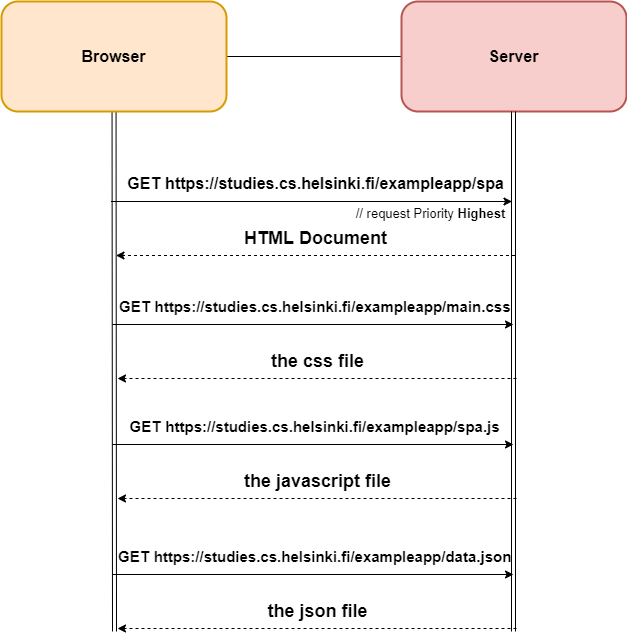
Earlier version of the draw.io export Part0/0.5.drawio.png (AHenrikes/Full-Stack). Source tidied: cells renumbered, new cells last; positions are measured from the earlier drawing's top-left corner, leaving out a move shared by most shapes. The source it was exported from:
```xml
<mxGraphModel>
  <root>
    <mxCell id="0" />
    <mxCell id="1" parent="0" />
    <mxCell id="2" style="edgeStyle=none;html=1;fontSize=16;fontColor=#FFFFFF;" parent="1" edge="1" source="4">
      <mxGeometry relative="1" as="geometry">
        <mxPoint x="411" y="55" as="targetPoint" />
      </mxGeometry>
    </mxCell>
    <mxCell id="3" style="edgeStyle=none;html=1;fontSize=16;fontColor=#FFFFFF;shape=link;" parent="1" edge="1" source="4">
      <mxGeometry relative="1" as="geometry">
        <mxPoint x="113" y="630" as="targetPoint" />
      </mxGeometry>
    </mxCell>
    <mxCell id="4" value="Browser" style="rounded=1;whiteSpace=wrap;html=1;fontSize=16;strokeColor=#d79b00;fillColor=#ffe6cc;fontStyle=1;strokeWidth=2;labelBackgroundColor=none;" parent="1" vertex="1">
      <mxGeometry width="225" height="110" as="geometry" />
    </mxCell>
    <mxCell id="5" value="Server" style="rounded=1;whiteSpace=wrap;html=1;fontSize=16;strokeColor=#b85450;fillColor=#f8cecc;fontStyle=1;strokeWidth=2;" parent="1" vertex="1">
      <mxGeometry x="400" width="225" height="110" as="geometry" />
    </mxCell>
    <mxCell id="6" style="edgeStyle=none;html=1;fontSize=16;fontColor=#FFFFFF;shape=link;" parent="1" edge="1">
      <mxGeometry relative="1" as="geometry">
        <mxPoint x="512" y="110" as="sourcePoint" />
        <mxPoint x="512" y="630" as="targetPoint" />
      </mxGeometry>
    </mxCell>
    <mxCell id="7" style="edgeStyle=none;html=1;fontSize=16;fontColor=#FFFFFF;" parent="1" edge="1">
      <mxGeometry relative="1" as="geometry">
        <mxPoint x="109.5" y="200" as="sourcePoint" />
        <mxPoint x="510.5" y="200" as="targetPoint" />
      </mxGeometry>
    </mxCell>
    <mxCell id="8" value="&lt;table cellpadding=&quot;0&quot; cellspacing=&quot;0&quot; aria-activedescendant=&quot;/GET&quot; aria-label=&quot;&quot; tabindex=&quot;0&quot; role=&quot;tree&quot; class=&quot;treeTable&quot; style=&quot;font-size: 16px;&quot;&gt;&lt;tbody tabindex=&quot;-1&quot; role=&quot;presentation&quot; style=&quot;font-size: 16px;&quot;&gt;&lt;tr class=&quot;treeRow objectRow hasChildren&quot; aria-expanded=&quot;false&quot; aria-selected=&quot;false&quot; aria-level=&quot;1&quot; role=&quot;treeitem&quot; id=&quot;/GET&quot; style=&quot;font-size: 16px;&quot;&gt;&lt;td role=&quot;presentation&quot; style=&quot;--tree-label-cell-indent: 0px; font-size: 16px;&quot; class=&quot;treeLabelCell&quot;&gt;GET&amp;nbsp;&lt;/td&gt;&lt;td role=&quot;presentation&quot; class=&quot;treeValueCell objectCell&quot; style=&quot;font-size: 16px;&quot;&gt;https://studies.cs.helsinki.fi/exampleapp/spa&lt;/td&gt;&lt;/tr&gt;&lt;/tbody&gt;&lt;/table&gt;" style="text;html=1;align=center;verticalAlign=middle;strokeColor=none;fillColor=none;fontSize=16;fontColor=#000000;fontStyle=1;" parent="1" vertex="1">
      <mxGeometry x="114" y="167" width="400" height="30" as="geometry" />
    </mxCell>
    <mxCell id="9" style="edgeStyle=none;html=1;fontSize=16;fontColor=#FFFFFF;dashed=1;" parent="1" edge="1">
      <mxGeometry relative="1" as="geometry">
        <mxPoint x="513.5" y="254" as="sourcePoint" />
        <mxPoint x="114.5" y="254" as="targetPoint" />
      </mxGeometry>
    </mxCell>
    <mxCell id="10" value="HTML Document" style="text;html=1;align=center;verticalAlign=middle;strokeColor=none;fillColor=none;fontSize=18;fontColor=#000000;fontStyle=1;" parent="1" vertex="1">
      <mxGeometry x="233" y="220" width="161" height="34" as="geometry" />
    </mxCell>
    <mxCell id="11" style="edgeStyle=none;html=1;fontSize=16;fontColor=#FFFFFF;" parent="1" edge="1">
      <mxGeometry relative="1" as="geometry">
        <mxPoint x="111" y="323" as="sourcePoint" />
        <mxPoint x="512" y="323" as="targetPoint" />
      </mxGeometry>
    </mxCell>
    <mxCell id="12" value="&lt;table cellpadding=&quot;0&quot; cellspacing=&quot;0&quot; aria-activedescendant=&quot;/GET&quot; aria-label=&quot;&quot; tabindex=&quot;0&quot; role=&quot;tree&quot; class=&quot;treeTable&quot; style=&quot;font-size: 15px;&quot;&gt;&lt;tbody tabindex=&quot;-1&quot; role=&quot;presentation&quot; style=&quot;font-size: 15px;&quot;&gt;&lt;tr class=&quot;treeRow objectRow hasChildren&quot; aria-expanded=&quot;false&quot; aria-selected=&quot;false&quot; aria-level=&quot;1&quot; role=&quot;treeitem&quot; id=&quot;/GET&quot; style=&quot;font-size: 15px;&quot;&gt;&lt;td role=&quot;presentation&quot; style=&quot;--tree-label-cell-indent: 0px; font-size: 15px;&quot; class=&quot;treeLabelCell&quot;&gt;GET&amp;nbsp;&lt;/td&gt;&lt;td role=&quot;presentation&quot; class=&quot;treeValueCell objectCell&quot; style=&quot;font-size: 15px;&quot;&gt;https://studies.cs.helsinki.fi/exampleapp/main.css&lt;/td&gt;&lt;/tr&gt;&lt;/tbody&gt;&lt;/table&gt;" style="text;html=1;align=center;verticalAlign=middle;strokeColor=none;fillColor=none;fontSize=15;fontColor=#000000;fontStyle=1;" parent="1" vertex="1">
      <mxGeometry x="108" y="290" width="410" height="30" as="geometry" />
    </mxCell>
    <mxCell id="13" style="edgeStyle=none;html=1;fontSize=16;fontColor=#FFFFFF;dashed=1;" parent="1" edge="1">
      <mxGeometry relative="1" as="geometry">
        <mxPoint x="515" y="377" as="sourcePoint" />
        <mxPoint x="116" y="377" as="targetPoint" />
      </mxGeometry>
    </mxCell>
    <mxCell id="14" value="the css file" style="text;html=1;align=center;verticalAlign=middle;strokeColor=none;fillColor=none;fontSize=18;fontColor=#000000;fontStyle=1;" parent="1" vertex="1">
      <mxGeometry x="255.5" y="340" width="120" height="40" as="geometry" />
    </mxCell>
    <mxCell id="15" style="edgeStyle=none;html=1;fontSize=16;fontColor=#FFFFFF;" parent="1" edge="1">
      <mxGeometry relative="1" as="geometry">
        <mxPoint x="111" y="443" as="sourcePoint" />
        <mxPoint x="512" y="443" as="targetPoint" />
      </mxGeometry>
    </mxCell>
    <mxCell id="16" value="&lt;table cellpadding=&quot;0&quot; cellspacing=&quot;0&quot; aria-activedescendant=&quot;/GET&quot; aria-label=&quot;&quot; tabindex=&quot;0&quot; role=&quot;tree&quot; class=&quot;treeTable&quot; style=&quot;font-size: 15px;&quot;&gt;&lt;tbody tabindex=&quot;-1&quot; role=&quot;presentation&quot; style=&quot;font-size: 15px;&quot;&gt;&lt;tr class=&quot;treeRow objectRow hasChildren&quot; aria-expanded=&quot;false&quot; aria-selected=&quot;false&quot; aria-level=&quot;1&quot; role=&quot;treeitem&quot; id=&quot;/GET&quot; style=&quot;font-size: 15px;&quot;&gt;&lt;td role=&quot;presentation&quot; style=&quot;--tree-label-cell-indent: 0px; font-size: 15px;&quot; class=&quot;treeLabelCell&quot;&gt;GET&amp;nbsp;&lt;/td&gt;&lt;td role=&quot;presentation&quot; class=&quot;treeValueCell objectCell&quot; style=&quot;font-size: 15px;&quot;&gt;https://studies.cs.helsinki.fi/exampleapp/spa.js&lt;/td&gt;&lt;/tr&gt;&lt;/tbody&gt;&lt;/table&gt;" style="text;html=1;align=center;verticalAlign=middle;strokeColor=none;fillColor=none;fontSize=15;fontColor=#000000;fontStyle=1;" parent="1" vertex="1">
      <mxGeometry x="118" y="410" width="390" height="30" as="geometry" />
    </mxCell>
    <mxCell id="17" style="edgeStyle=none;html=1;fontSize=16;fontColor=#FFFFFF;dashed=1;" parent="1" edge="1">
      <mxGeometry relative="1" as="geometry">
        <mxPoint x="515" y="497" as="sourcePoint" />
        <mxPoint x="116" y="497" as="targetPoint" />
      </mxGeometry>
    </mxCell>
    <mxCell id="18" value="the javascript file" style="text;html=1;align=center;verticalAlign=middle;strokeColor=none;fillColor=none;fontSize=18;fontColor=#000000;fontStyle=1;" parent="1" vertex="1">
      <mxGeometry x="230.5" y="460" width="170" height="40" as="geometry" />
    </mxCell>
    <mxCell id="19" style="edgeStyle=none;html=1;fontSize=16;fontColor=#FFFFFF;" parent="1" edge="1">
      <mxGeometry relative="1" as="geometry">
        <mxPoint x="111" y="573" as="sourcePoint" />
        <mxPoint x="512" y="573" as="targetPoint" />
      </mxGeometry>
    </mxCell>
    <mxCell id="20" value="&lt;table cellpadding=&quot;0&quot; cellspacing=&quot;0&quot; aria-activedescendant=&quot;/GET&quot; aria-label=&quot;&quot; tabindex=&quot;0&quot; role=&quot;tree&quot; class=&quot;treeTable&quot; style=&quot;font-size: 15px;&quot;&gt;&lt;tbody tabindex=&quot;-1&quot; role=&quot;presentation&quot; style=&quot;font-size: 15px;&quot;&gt;&lt;tr class=&quot;treeRow objectRow hasChildren&quot; aria-expanded=&quot;false&quot; aria-selected=&quot;false&quot; aria-level=&quot;1&quot; role=&quot;treeitem&quot; id=&quot;/GET&quot; style=&quot;font-size: 15px;&quot;&gt;&lt;td role=&quot;presentation&quot; style=&quot;--tree-label-cell-indent: 0px; font-size: 15px;&quot; class=&quot;treeLabelCell&quot;&gt;GET&amp;nbsp;&lt;/td&gt;&lt;td role=&quot;presentation&quot; class=&quot;treeValueCell objectCell&quot; style=&quot;font-size: 15px;&quot;&gt;https://studies.cs.helsinki.fi/exampleapp/data.json&lt;/td&gt;&lt;/tr&gt;&lt;/tbody&gt;&lt;/table&gt;" style="text;html=1;align=center;verticalAlign=middle;strokeColor=none;fillColor=none;fontSize=15;fontColor=#000000;fontStyle=1;" parent="1" vertex="1">
      <mxGeometry x="103" y="540" width="420" height="30" as="geometry" />
    </mxCell>
    <mxCell id="21" style="edgeStyle=none;html=1;fontSize=16;fontColor=#FFFFFF;dashed=1;" parent="1" edge="1">
      <mxGeometry relative="1" as="geometry">
        <mxPoint x="515" y="627" as="sourcePoint" />
        <mxPoint x="116" y="627" as="targetPoint" />
      </mxGeometry>
    </mxCell>
    <mxCell id="22" value="the json file" style="text;html=1;align=center;verticalAlign=middle;strokeColor=none;fillColor=none;fontSize=18;fontColor=#000000;fontStyle=1;" parent="1" vertex="1">
      <mxGeometry x="255.5" y="590" width="120" height="40" as="geometry" />
    </mxCell>
    <mxCell id="23" value="// request Priority &lt;b&gt;Highest&lt;/b&gt;" style="text;html=1;align=center;verticalAlign=middle;strokeColor=none;fillColor=none;fontSize=13;" parent="1" vertex="1">
      <mxGeometry x="344" y="197" width="170" height="30" as="geometry" />
    </mxCell>
  </root>
</mxGraphModel>
```
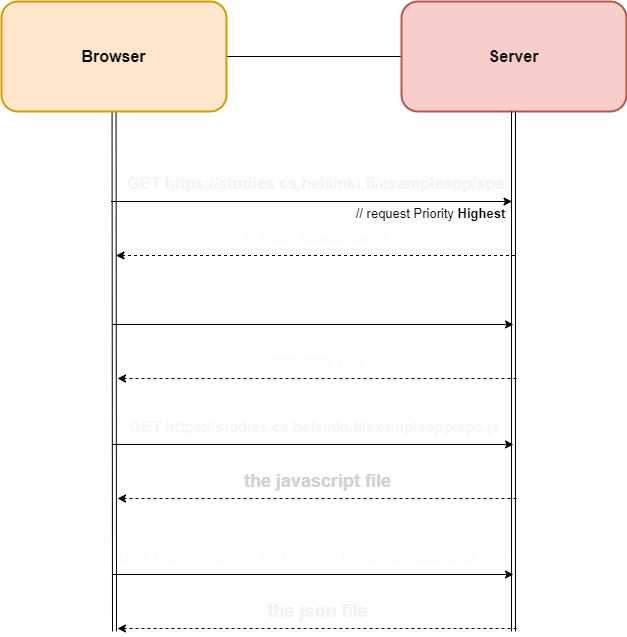
After the change.

Diff of the diagram source:
```diff
@@ -12,10 +12,10 @@
         <mxPoint x="113" y="630" as="targetPoint" />
       </mxGeometry>
     </mxCell>
-    <mxCell id="4" value="Browser" style="rounded=1;whiteSpace=wrap;html=1;fontSize=16;strokeColor=#d79b00;fillColor=#ffe6cc;fontStyle=1;strokeWidth=2;labelBackgroundColor=none;" parent="1" vertex="1">
+    <mxCell id="4" value="&lt;font color=&quot;#080808&quot;&gt;Browser&lt;/font&gt;" style="rounded=1;whiteSpace=wrap;html=1;fontSize=16;strokeColor=#d79b00;fillColor=#ffe6cc;fontStyle=1;strokeWidth=2;labelBackgroundColor=none;" parent="1" vertex="1">
       <mxGeometry width="225" height="110" as="geometry" />
     </mxCell>
-    <mxCell id="5" value="Server" style="rounded=1;whiteSpace=wrap;html=1;fontSize=16;strokeColor=#b85450;fillColor=#f8cecc;fontStyle=1;strokeWidth=2;" parent="1" vertex="1">
+    <mxCell id="5" value="&lt;font color=&quot;#0d0d0d&quot;&gt;Server&lt;/font&gt;" style="rounded=1;whiteSpace=wrap;html=1;fontSize=16;strokeColor=#b85450;fillColor=#f8cecc;fontStyle=1;strokeWidth=2;" parent="1" vertex="1">
       <mxGeometry x="400" width="225" height="110" as="geometry" />
     </mxCell>
     <mxCell id="6" style="edgeStyle=none;html=1;fontSize=16;fontColor=#FFFFFF;shape=link;" parent="1" edge="1">
@@ -30,7 +30,7 @@
         <mxPoint x="510.5" y="200" as="targetPoint" />
       </mxGeometry>
     </mxCell>
-    <mxCell id="8" value="&lt;table cellpadding=&quot;0&quot; cellspacing=&quot;0&quot; aria-activedescendant=&quot;/GET&quot; aria-label=&quot;&quot; tabindex=&quot;0&quot; role=&quot;tree&quot; class=&quot;treeTable&quot; style=&quot;font-size: 16px;&quot;&gt;&lt;tbody tabindex=&quot;-1&quot; role=&quot;presentation&quot; style=&quot;font-size: 16px;&quot;&gt;&lt;tr class=&quot;treeRow objectRow hasChildren&quot; aria-expanded=&quot;false&quot; aria-selected=&quot;false&quot; aria-level=&quot;1&quot; role=&quot;treeitem&quot; id=&quot;/GET&quot; style=&quot;font-size: 16px;&quot;&gt;&lt;td role=&quot;presentation&quot; style=&quot;--tree-label-cell-indent: 0px; font-size: 16px;&quot; class=&quot;treeLabelCell&quot;&gt;GET&amp;nbsp;&lt;/td&gt;&lt;td role=&quot;presentation&quot; class=&quot;treeValueCell objectCell&quot; style=&quot;font-size: 16px;&quot;&gt;https://studies.cs.helsinki.fi/exampleapp/spa&lt;/td&gt;&lt;/tr&gt;&lt;/tbody&gt;&lt;/table&gt;" style="text;html=1;align=center;verticalAlign=middle;strokeColor=none;fillColor=none;fontSize=16;fontColor=#000000;fontStyle=1;" parent="1" vertex="1">
+    <mxCell id="8" value="&lt;table cellpadding=&quot;0&quot; cellspacing=&quot;0&quot; aria-activedescendant=&quot;/GET&quot; aria-label=&quot;&quot; tabindex=&quot;0&quot; role=&quot;tree&quot; class=&quot;treeTable&quot; style=&quot;font-size: 16px;&quot;&gt;&lt;tbody tabindex=&quot;-1&quot; role=&quot;presentation&quot; style=&quot;font-size: 16px;&quot;&gt;&lt;tr class=&quot;treeRow objectRow hasChildren&quot; aria-expanded=&quot;false&quot; aria-selected=&quot;false&quot; aria-level=&quot;1&quot; role=&quot;treeitem&quot; id=&quot;/GET&quot; style=&quot;font-size: 16px;&quot;&gt;&lt;td role=&quot;presentation&quot; style=&quot;--tree-label-cell-indent: 0px; font-size: 16px;&quot; class=&quot;treeLabelCell&quot;&gt;GET&amp;nbsp;&lt;/td&gt;&lt;td role=&quot;presentation&quot; class=&quot;treeValueCell objectCell&quot; style=&quot;font-size: 16px;&quot;&gt;https://studies.cs.helsinki.fi/exampleapp/spa&lt;/td&gt;&lt;/tr&gt;&lt;/tbody&gt;&lt;/table&gt;" style="text;html=1;align=center;verticalAlign=middle;strokeColor=none;fillColor=none;fontSize=16;fontColor=#F5F5F5;fontStyle=1;" parent="1" vertex="1">
       <mxGeometry x="114" y="167" width="400" height="30" as="geometry" />
     </mxCell>
     <mxCell id="9" style="edgeStyle=none;html=1;fontSize=16;fontColor=#FFFFFF;dashed=1;" parent="1" edge="1">
@@ -39,7 +39,7 @@
         <mxPoint x="114.5" y="254" as="targetPoint" />
       </mxGeometry>
     </mxCell>
-    <mxCell id="10" value="HTML Document" style="text;html=1;align=center;verticalAlign=middle;strokeColor=none;fillColor=none;fontSize=18;fontColor=#000000;fontStyle=1;" parent="1" vertex="1">
+    <mxCell id="10" value="HTML Document" style="text;html=1;align=center;verticalAlign=middle;strokeColor=none;fillColor=none;fontSize=18;fontColor=#FCFCFC;fontStyle=1;" parent="1" vertex="1">
       <mxGeometry x="233" y="220" width="161" height="34" as="geometry" />
     </mxCell>
     <mxCell id="11" style="edgeStyle=none;html=1;fontSize=16;fontColor=#FFFFFF;" parent="1" edge="1">
@@ -48,7 +48,7 @@
         <mxPoint x="512" y="323" as="targetPoint" />
       </mxGeometry>
     </mxCell>
-    <mxCell id="12" value="&lt;table cellpadding=&quot;0&quot; cellspacing=&quot;0&quot; aria-activedescendant=&quot;/GET&quot; aria-label=&quot;&quot; tabindex=&quot;0&quot; role=&quot;tree&quot; class=&quot;treeTable&quot; style=&quot;font-size: 15px;&quot;&gt;&lt;tbody tabindex=&quot;-1&quot; role=&quot;presentation&quot; style=&quot;font-size: 15px;&quot;&gt;&lt;tr class=&quot;treeRow objectRow hasChildren&quot; aria-expanded=&quot;false&quot; aria-selected=&quot;false&quot; aria-level=&quot;1&quot; role=&quot;treeitem&quot; id=&quot;/GET&quot; style=&quot;font-size: 15px;&quot;&gt;&lt;td role=&quot;presentation&quot; style=&quot;--tree-label-cell-indent: 0px; font-size: 15px;&quot; class=&quot;treeLabelCell&quot;&gt;GET&amp;nbsp;&lt;/td&gt;&lt;td role=&quot;presentation&quot; class=&quot;treeValueCell objectCell&quot; style=&quot;font-size: 15px;&quot;&gt;https://studies.cs.helsinki.fi/exampleapp/main.css&lt;/td&gt;&lt;/tr&gt;&lt;/tbody&gt;&lt;/table&gt;" style="text;html=1;align=center;verticalAlign=middle;strokeColor=none;fillColor=none;fontSize=15;fontColor=#000000;fontStyle=1;" parent="1" vertex="1">
+    <mxCell id="12" value="&lt;table cellpadding=&quot;0&quot; cellspacing=&quot;0&quot; aria-activedescendant=&quot;/GET&quot; aria-label=&quot;&quot; tabindex=&quot;0&quot; role=&quot;tree&quot; class=&quot;treeTable&quot; style=&quot;font-size: 15px;&quot;&gt;&lt;tbody tabindex=&quot;-1&quot; role=&quot;presentation&quot; style=&quot;font-size: 15px;&quot;&gt;&lt;tr class=&quot;treeRow objectRow hasChildren&quot; aria-expanded=&quot;false&quot; aria-selected=&quot;false&quot; aria-level=&quot;1&quot; role=&quot;treeitem&quot; id=&quot;/GET&quot; style=&quot;font-size: 15px;&quot;&gt;&lt;td role=&quot;presentation&quot; style=&quot;--tree-label-cell-indent: 0px; font-size: 15px;&quot; class=&quot;treeLabelCell&quot;&gt;GET&amp;nbsp;&lt;/td&gt;&lt;td role=&quot;presentation&quot; class=&quot;treeValueCell objectCell&quot; style=&quot;font-size: 15px;&quot;&gt;https://studies.cs.helsinki.fi/exampleapp/main.css&lt;/td&gt;&lt;/tr&gt;&lt;/tbody&gt;&lt;/table&gt;" style="text;html=1;align=center;verticalAlign=middle;strokeColor=none;fillColor=none;fontSize=15;fontColor=#FFFFFF;fontStyle=1;" parent="1" vertex="1">
       <mxGeometry x="108" y="290" width="410" height="30" as="geometry" />
     </mxCell>
     <mxCell id="13" style="edgeStyle=none;html=1;fontSize=16;fontColor=#FFFFFF;dashed=1;" parent="1" edge="1">
@@ -57,7 +57,7 @@
         <mxPoint x="116" y="377" as="targetPoint" />
       </mxGeometry>
     </mxCell>
-    <mxCell id="14" value="the css file" style="text;html=1;align=center;verticalAlign=middle;strokeColor=none;fillColor=none;fontSize=18;fontColor=#000000;fontStyle=1;" parent="1" vertex="1">
+    <mxCell id="14" value="the css file" style="text;html=1;align=center;verticalAlign=middle;strokeColor=none;fillColor=none;fontSize=18;fontColor=#FCFCFC;fontStyle=1;" parent="1" vertex="1">
       <mxGeometry x="255.5" y="340" width="120" height="40" as="geometry" />
     </mxCell>
     <mxCell id="15" style="edgeStyle=none;html=1;fontSize=16;fontColor=#FFFFFF;" parent="1" edge="1">
@@ -66,7 +66,7 @@
         <mxPoint x="512" y="443" as="targetPoint" />
       </mxGeometry>
     </mxCell>
-    <mxCell id="16" value="&lt;table cellpadding=&quot;0&quot; cellspacing=&quot;0&quot; aria-activedescendant=&quot;/GET&quot; aria-label=&quot;&quot; tabindex=&quot;0&quot; role=&quot;tree&quot; class=&quot;treeTable&quot; style=&quot;font-size: 15px;&quot;&gt;&lt;tbody tabindex=&quot;-1&quot; role=&quot;presentation&quot; style=&quot;font-size: 15px;&quot;&gt;&lt;tr class=&quot;treeRow objectRow hasChildren&quot; aria-expanded=&quot;false&quot; aria-selected=&quot;false&quot; aria-level=&quot;1&quot; role=&quot;treeitem&quot; id=&quot;/GET&quot; style=&quot;font-size: 15px;&quot;&gt;&lt;td role=&quot;presentation&quot; style=&quot;--tree-label-cell-indent: 0px; font-size: 15px;&quot; class=&quot;treeLabelCell&quot;&gt;GET&amp;nbsp;&lt;/td&gt;&lt;td role=&quot;presentation&quot; class=&quot;treeValueCell objectCell&quot; style=&quot;font-size: 15px;&quot;&gt;https://studies.cs.helsinki.fi/exampleapp/spa.js&lt;/td&gt;&lt;/tr&gt;&lt;/tbody&gt;&lt;/table&gt;" style="text;html=1;align=center;verticalAlign=middle;strokeColor=none;fillColor=none;fontSize=15;fontColor=#000000;fontStyle=1;" parent="1" vertex="1">
+    <mxCell id="16" value="&lt;table cellpadding=&quot;0&quot; cellspacing=&quot;0&quot; aria-activedescendant=&quot;/GET&quot; aria-label=&quot;&quot; tabindex=&quot;0&quot; role=&quot;tree&quot; class=&quot;treeTable&quot; style=&quot;font-size: 15px;&quot;&gt;&lt;tbody tabindex=&quot;-1&quot; role=&quot;presentation&quot; style=&quot;font-size: 15px;&quot;&gt;&lt;tr class=&quot;treeRow objectRow hasChildren&quot; aria-expanded=&quot;false&quot; aria-selected=&quot;false&quot; aria-level=&quot;1&quot; role=&quot;treeitem&quot; id=&quot;/GET&quot; style=&quot;font-size: 15px;&quot;&gt;&lt;td role=&quot;presentation&quot; style=&quot;--tree-label-cell-indent: 0px; font-size: 15px;&quot; class=&quot;treeLabelCell&quot;&gt;GET&amp;nbsp;&lt;/td&gt;&lt;td role=&quot;presentation&quot; class=&quot;treeValueCell objectCell&quot; style=&quot;font-size: 15px;&quot;&gt;https://studies.cs.helsinki.fi/exampleapp/spa.js&lt;/td&gt;&lt;/tr&gt;&lt;/tbody&gt;&lt;/table&gt;" style="text;html=1;align=center;verticalAlign=middle;strokeColor=none;fillColor=none;fontSize=15;fontColor=#F7F7F7;fontStyle=1;" parent="1" vertex="1">
       <mxGeometry x="118" y="410" width="390" height="30" as="geometry" />
     </mxCell>
     <mxCell id="17" style="edgeStyle=none;html=1;fontSize=16;fontColor=#FFFFFF;dashed=1;" parent="1" edge="1">
@@ -75,7 +75,7 @@
         <mxPoint x="116" y="497" as="targetPoint" />
       </mxGeometry>
     </mxCell>
-    <mxCell id="18" value="the javascript file" style="text;html=1;align=center;verticalAlign=middle;strokeColor=none;fillColor=none;fontSize=18;fontColor=#000000;fontStyle=1;" parent="1" vertex="1">
+    <mxCell id="18" value="the javascript file" style="text;html=1;align=center;verticalAlign=middle;strokeColor=none;fillColor=none;fontSize=18;fontColor=#D1D1D1;fontStyle=1;" parent="1" vertex="1">
       <mxGeometry x="230.5" y="460" width="170" height="40" as="geometry" />
     </mxCell>
     <mxCell id="19" style="edgeStyle=none;html=1;fontSize=16;fontColor=#FFFFFF;" parent="1" edge="1">
@@ -84,7 +84,7 @@
         <mxPoint x="512" y="573" as="targetPoint" />
       </mxGeometry>
     </mxCell>
-    <mxCell id="20" value="&lt;table cellpadding=&quot;0&quot; cellspacing=&quot;0&quot; aria-activedescendant=&quot;/GET&quot; aria-label=&quot;&quot; tabindex=&quot;0&quot; role=&quot;tree&quot; class=&quot;treeTable&quot; style=&quot;font-size: 15px;&quot;&gt;&lt;tbody tabindex=&quot;-1&quot; role=&quot;presentation&quot; style=&quot;font-size: 15px;&quot;&gt;&lt;tr class=&quot;treeRow objectRow hasChildren&quot; aria-expanded=&quot;false&quot; aria-selected=&quot;false&quot; aria-level=&quot;1&quot; role=&quot;treeitem&quot; id=&quot;/GET&quot; style=&quot;font-size: 15px;&quot;&gt;&lt;td role=&quot;presentation&quot; style=&quot;--tree-label-cell-indent: 0px; font-size: 15px;&quot; class=&quot;treeLabelCell&quot;&gt;GET&amp;nbsp;&lt;/td&gt;&lt;td role=&quot;presentation&quot; class=&quot;treeValueCell objectCell&quot; style=&quot;font-size: 15px;&quot;&gt;https://studies.cs.helsinki.fi/exampleapp/data.json&lt;/td&gt;&lt;/tr&gt;&lt;/tbody&gt;&lt;/table&gt;" style="text;html=1;align=center;verticalAlign=middle;strokeColor=none;fillColor=none;fontSize=15;fontColor=#000000;fontStyle=1;" parent="1" vertex="1">
+    <mxCell id="20" value="&lt;table cellpadding=&quot;0&quot; cellspacing=&quot;0&quot; aria-activedescendant=&quot;/GET&quot; aria-label=&quot;&quot; tabindex=&quot;0&quot; role=&quot;tree&quot; class=&quot;treeTable&quot; style=&quot;font-size: 15px;&quot;&gt;&lt;tbody tabindex=&quot;-1&quot; role=&quot;presentation&quot; style=&quot;font-size: 15px;&quot;&gt;&lt;tr class=&quot;treeRow objectRow hasChildren&quot; aria-expanded=&quot;false&quot; aria-selected=&quot;false&quot; aria-level=&quot;1&quot; role=&quot;treeitem&quot; id=&quot;/GET&quot; style=&quot;font-size: 15px;&quot;&gt;&lt;td role=&quot;presentation&quot; style=&quot;--tree-label-cell-indent: 0px; font-size: 15px;&quot; class=&quot;treeLabelCell&quot;&gt;GET&amp;nbsp;&lt;/td&gt;&lt;td role=&quot;presentation&quot; class=&quot;treeValueCell objectCell&quot; style=&quot;font-size: 15px;&quot;&gt;https://studies.cs.helsinki.fi/exampleapp/data.json&lt;/td&gt;&lt;/tr&gt;&lt;/tbody&gt;&lt;/table&gt;" style="text;html=1;align=center;verticalAlign=middle;strokeColor=none;fillColor=none;fontSize=15;fontColor=#FCFCFC;fontStyle=1;" parent="1" vertex="1">
       <mxGeometry x="103" y="540" width="420" height="30" as="geometry" />
     </mxCell>
     <mxCell id="21" style="edgeStyle=none;html=1;fontSize=16;fontColor=#FFFFFF;dashed=1;" parent="1" edge="1">
@@ -93,7 +93,7 @@
         <mxPoint x="116" y="627" as="targetPoint" />
       </mxGeometry>
     </mxCell>
-    <mxCell id="22" value="the json file" style="text;html=1;align=center;verticalAlign=middle;strokeColor=none;fillColor=none;fontSize=18;fontColor=#000000;fontStyle=1;" parent="1" vertex="1">
+    <mxCell id="22" value="the json file" style="text;html=1;align=center;verticalAlign=middle;strokeColor=none;fillColor=none;fontSize=18;fontColor=#F2F2F2;fontStyle=1;" parent="1" vertex="1">
       <mxGeometry x="255.5" y="590" width="120" height="40" as="geometry" />
     </mxCell>
     <mxCell id="23" value="// request Priority &lt;b&gt;Highest&lt;/b&gt;" style="text;html=1;align=center;verticalAlign=middle;strokeColor=none;fillColor=none;fontSize=13;" parent="1" vertex="1">
```
